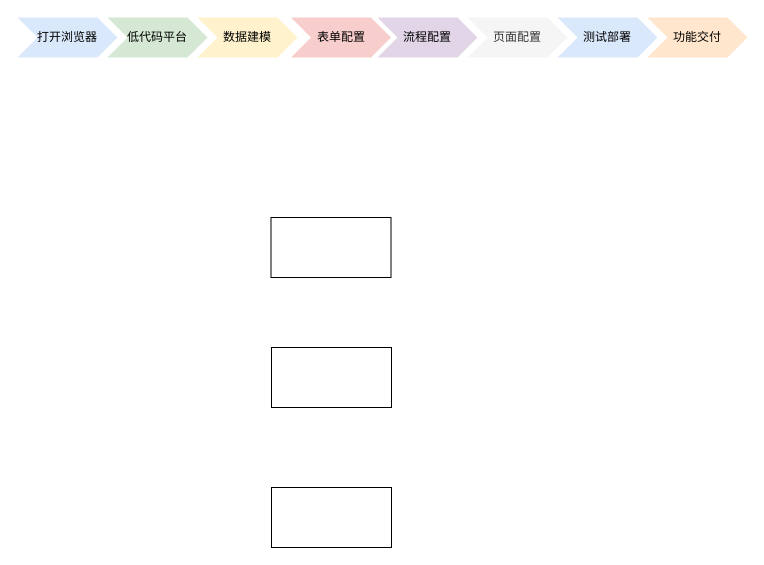
Above: 低——研究内容——平台赋能项目开发——微应用模式.drawio in tangyaosimida/love (draw.io), before the change. Source tidied: cells renumbered, new cells numbered last; positions are measured from the earlier drawing's top-left corner, leaving out a move shared by most shapes. Both pictures are drawn from the tidied source at 100%, with x=0, y=0 at pixel (17, 17).
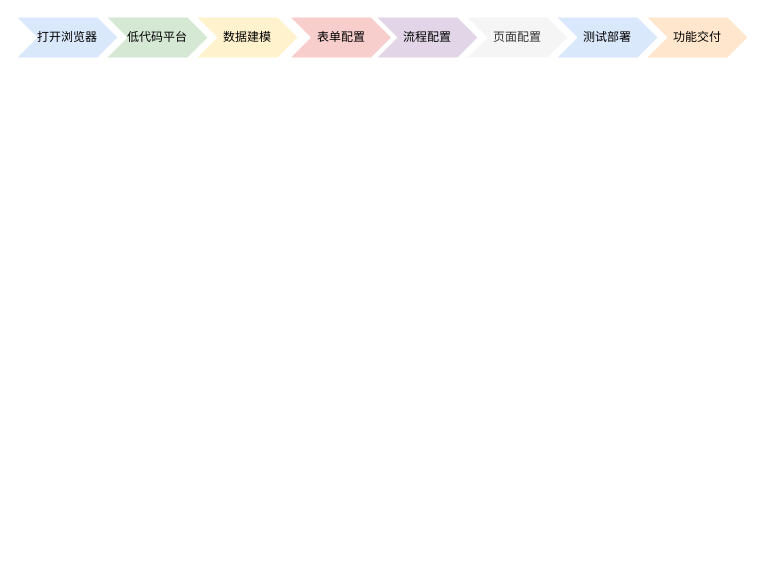
The same diagram, later.

Commit message:
更新低——研究内容——平台赋能项目开发——微应用模式.drawio

Change to the diagram source:
```diff
@@
 <mxGraphModel>
   <root>
     <mxCell id="0" />
     <mxCell id="1" parent="0" />
     <mxCell id="2" value="打开浏览器" style="shape=step;perimeter=stepPerimeter;whiteSpace=wrap;html=1;fixedSize=1;fillColor=#dae8fc;strokeColor=none;" parent="1" vertex="1">
       <mxGeometry width="100" height="40" as="geometry" />
     </mxCell>
     <mxCell id="3" value="低代码平台" style="shape=step;perimeter=stepPerimeter;whiteSpace=wrap;html=1;fixedSize=1;fillColor=#d5e8d4;strokeColor=none;" parent="1" vertex="1">
       <mxGeometry x="90" width="100" height="40" as="geometry" />
     </mxCell>
     <mxCell id="4" value="数据建模" style="shape=step;perimeter=stepPerimeter;whiteSpace=wrap;html=1;fixedSize=1;fillColor=#fff2cc;strokeColor=none;" parent="1" vertex="1">
       <mxGeometry x="180" width="100" height="40" as="geometry" />
     </mxCell>
     <mxCell id="5" value="表单配置" style="shape=step;perimeter=stepPerimeter;whiteSpace=wrap;html=1;fixedSize=1;fillColor=#f8cecc;strokeColor=none;" parent="1" vertex="1">
       <mxGeometry x="273.5" width="100" height="40" as="geometry" />
     </mxCell>
     <mxCell id="6" value="流程配置" style="shape=step;perimeter=stepPerimeter;whiteSpace=wrap;html=1;fixedSize=1;fillColor=#e1d5e7;strokeColor=none;" parent="1" vertex="1">
       <mxGeometry x="360" width="100" height="40" as="geometry" />
     </mxCell>
     <mxCell id="7" value="页面配置" style="shape=step;perimeter=stepPerimeter;whiteSpace=wrap;html=1;fixedSize=1;strokeColor=none;fillColor=#f5f5f5;fontColor=#333333;" parent="1" vertex="1">
       <mxGeometry x="450" width="100" height="40" as="geometry" />
     </mxCell>
     <mxCell id="8" value="测试部署" style="shape=step;perimeter=stepPerimeter;whiteSpace=wrap;html=1;fixedSize=1;fillColor=#dae8fc;strokeColor=none;" parent="1" vertex="1">
       <mxGeometry x="540" width="100" height="40" as="geometry" />
     </mxCell>
     <mxCell id="9" value="功能交付" style="shape=step;perimeter=stepPerimeter;whiteSpace=wrap;html=1;fixedSize=1;fillColor=#ffe6cc;strokeColor=none;" parent="1" vertex="1">
       <mxGeometry x="630" width="100" height="40" as="geometry" />
     </mxCell>
-    <mxCell id="10" style="rounded=0;whiteSpace=wrap;html=1;" parent="1" vertex="1">
-      <mxGeometry x="253.5" y="200" width="120" height="60" as="geometry" />
-    </mxCell>
-    <mxCell id="11" style="rounded=0;whiteSpace=wrap;html=1;" parent="1" vertex="1">
-      <mxGeometry x="254" y="330" width="120" height="60" as="geometry" />
-    </mxCell>
-    <mxCell id="12" style="rounded=0;whiteSpace=wrap;html=1;" parent="1" vertex="1">
-      <mxGeometry x="254" y="470" width="120" height="60" as="geometry" />
-    </mxCell>
   </root>
 </mxGraphModel>
```
